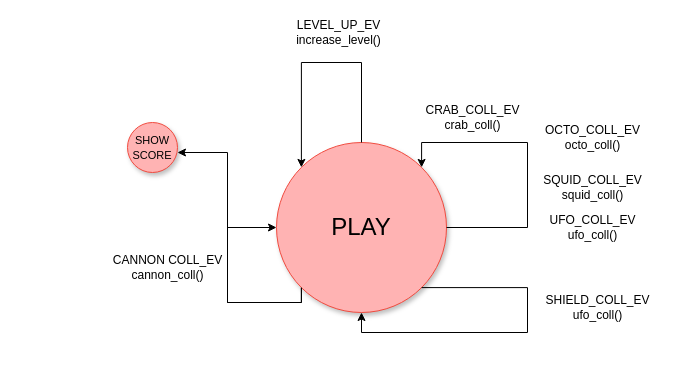
Before: Backend/play_sketch.dio in KevinWahle/Programacion-1-TP-Integrador, a draw.io diagram. Source tidied: cells renumbered, new cells numbered last; positions are measured from the earlier drawing's top-left corner, leaving out a move shared by most shapes. Both pictures are drawn from the tidied source at 100%, with x=0, y=0 at pixel (107, 17).
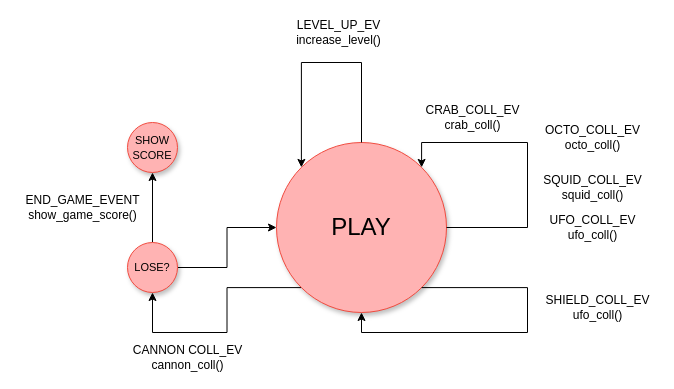
The same diagram, later.

The change refers to these unchanged cells:
```xml
<mxCell id="3" value="&lt;font style=&quot;font-size: 24px&quot;&gt;PLAY&lt;/font&gt;" style="ellipse;whiteSpace=wrap;html=1;shadow=1;fillColor=#FFB3B3;strokeColor=#F04A3E;" parent="1" vertex="1">
  <mxGeometry x="169" y="125" width="170" height="170" as="geometry" />
</mxCell>
<mxCell id="15" value="&lt;font style=&quot;font-size: 11px&quot;&gt;SHOW SCORE&lt;/font&gt;" style="ellipse;whiteSpace=wrap;html=1;shadow=1;fillColor=#FFB3B3;strokeColor=#F04A3E;" parent="1" vertex="1">
  <mxGeometry x="20" y="105" width="50" height="50" as="geometry" />
</mxCell>
```

What changed in the source:
```diff
@@
-    <mxCell id="2" style="edgeStyle=orthogonalEdgeStyle;rounded=0;jettySize=auto;html=1;exitX=0;exitY=1;exitDx=0;exitDy=0;" parent="1" edge="1" source="3">
-      <mxGeometry relative="1" as="geometry">
-        <mxPoint x="70" y="135" as="targetPoint" />
-        <Array as="points">
-          <mxPoint x="194" y="285" />
-          <mxPoint x="120" y="285" />
-          <mxPoint x="120" y="135" />
-        </Array>
-      </mxGeometry>
-    </mxCell>
+    <mxCell id="16" style="edgeStyle=orthogonalEdgeStyle;rounded=0;jettySize=auto;html=1;exitX=0;exitY=1;exitDx=0;exitDy=0;entryX=0.5;entryY=1;entryDx=0;entryDy=0;" parent="1" edge="1" source="3" target="19">
+      <mxGeometry relative="1" as="geometry" />
+    </mxCell>
@@
-    <mxCell id="13" style="edgeStyle=orthogonalEdgeStyle;rounded=0;orthogonalLoop=1;jettySize=auto;html=1;exitX=0;exitY=1;exitDx=0;exitDy=0;entryX=0;entryY=0.5;entryDx=0;entryDy=0;" parent="1" edge="1" source="3" target="3">
-      <mxGeometry relative="1" as="geometry">
-        <Array as="points">
-          <mxPoint x="194" y="285" />
-          <mxPoint x="120" y="285" />
-          <mxPoint x="120" y="210" />
-        </Array>
-      </mxGeometry>
-    </mxCell>
     <mxCell id="14" value="CANNON COLL_EV&lt;br&gt;cannon_coll()" style="text;html=1;align=center;verticalAlign=middle;" parent="1" vertex="1">
-      <mxGeometry y="235" width="120" height="30" as="geometry" />
+      <mxGeometry x="20" y="325" width="120" height="30" as="geometry" />
     </mxCell>
@@
+    <mxCell id="17" style="edgeStyle=orthogonalEdgeStyle;rounded=0;jettySize=auto;html=1;exitX=0.5;exitY=0;exitDx=0;exitDy=0;entryX=0.5;entryY=1;entryDx=0;entryDy=0;" parent="1" edge="1" source="19" target="15">
+      <mxGeometry relative="1" as="geometry" />
+    </mxCell>
+    <mxCell id="18" style="edgeStyle=orthogonalEdgeStyle;rounded=0;jettySize=auto;html=1;exitX=1;exitY=0.5;exitDx=0;exitDy=0;entryX=0;entryY=0.5;entryDx=0;entryDy=0;" parent="1" edge="1" source="19" target="3">
+      <mxGeometry relative="1" as="geometry" />
+    </mxCell>
+    <mxCell id="19" value="&lt;font style=&quot;font-size: 11px&quot;&gt;LOSE?&lt;/font&gt;" style="ellipse;whiteSpace=wrap;html=1;shadow=1;fillColor=#FFB3B3;strokeColor=#F04A3E;" parent="1" vertex="1">
+      <mxGeometry x="20" y="225" width="50" height="50" as="geometry" />
+    </mxCell>
+    <mxCell id="20" value="END_GAME_EVENT&lt;br&gt;show_game_score()" style="text;html=1;align=center;verticalAlign=middle;" parent="1" vertex="1">
+      <mxGeometry x="-90" y="175" width="130" height="30" as="geometry" />
+    </mxCell>
```
